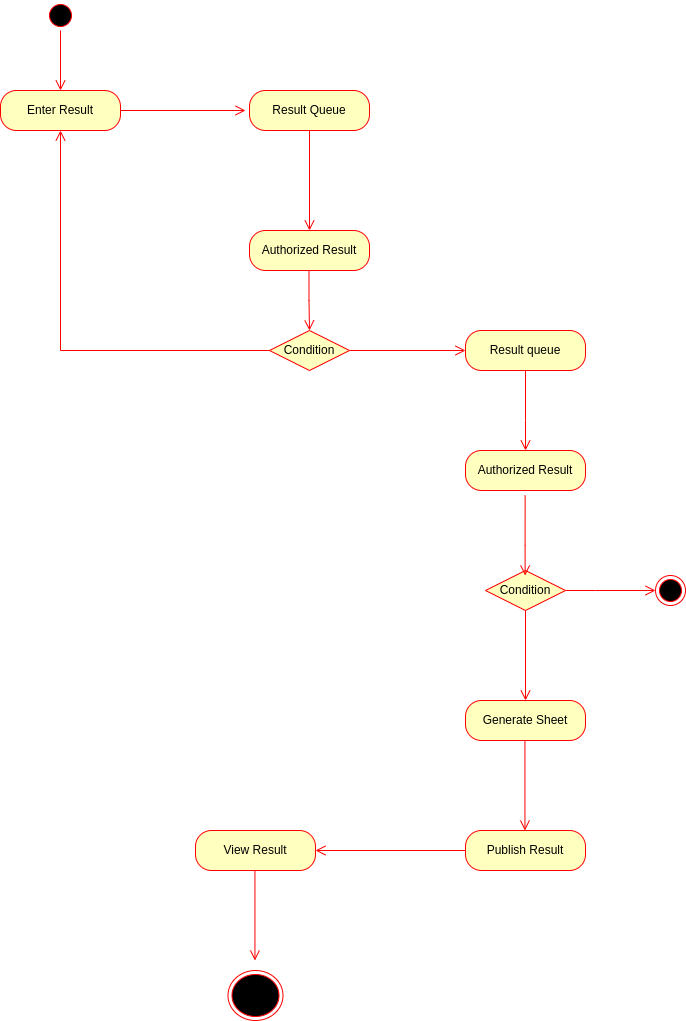
Earlier version of the draw.io export diagram1/activity diagram/view result.drawio.png (uttam1712/SE-diagrams). Source tidied: cells renumbered, new cells last; positions are measured from the earlier drawing's top-left corner, leaving out a move shared by most shapes.
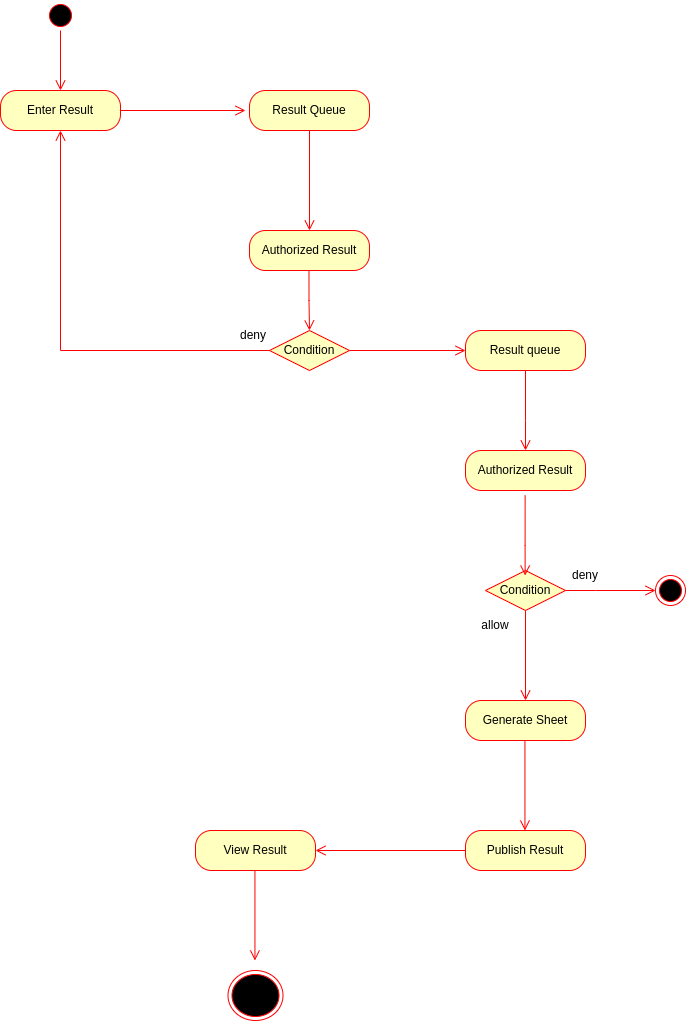
After the commit.

Diff of the diagram source:
```diff
@@ -113,5 +113,14 @@
         <mxPoint x="254.4" y="960" as="targetPoint" />
       </mxGeometry>
     </mxCell>
+    <mxCell id="28" value="deny" style="text;html=1;strokeColor=none;fillColor=none;align=center;verticalAlign=middle;whiteSpace=wrap;rounded=0;" parent="1" vertex="1">
+      <mxGeometry x="222.5" y="320" width="60" height="30" as="geometry" />
+    </mxCell>
+    <mxCell id="29" value="allow" style="text;html=1;strokeColor=none;fillColor=none;align=center;verticalAlign=middle;whiteSpace=wrap;rounded=0;" parent="1" vertex="1">
+      <mxGeometry x="465" y="610" width="60" height="30" as="geometry" />
+    </mxCell>
+    <mxCell id="30" value="deny" style="text;html=1;strokeColor=none;fillColor=none;align=center;verticalAlign=middle;whiteSpace=wrap;rounded=0;" parent="1" vertex="1">
+      <mxGeometry x="555" y="560" width="60" height="30" as="geometry" />
+    </mxCell>
   </root>
 </mxGraphModel>
```
